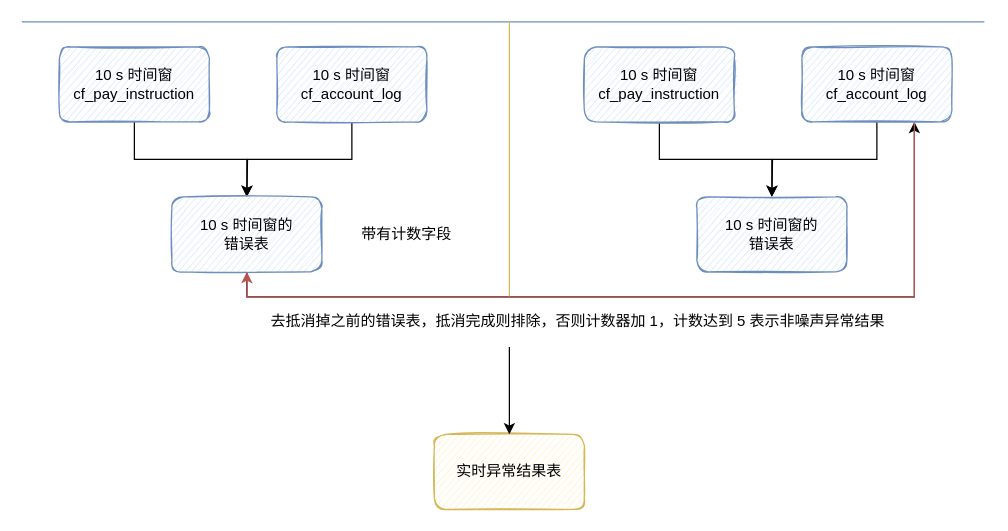
Before: 技术方案.drawio in Lichit-bot/hello-computer, a draw.io diagram. Source tidied: cells renumbered, new cells numbered last; positions are measured from the earlier drawing's top-left corner, leaving out a move shared by most shapes. Both pictures are drawn from the tidied source at 125%, with x=0, y=0 at pixel (21, 21).
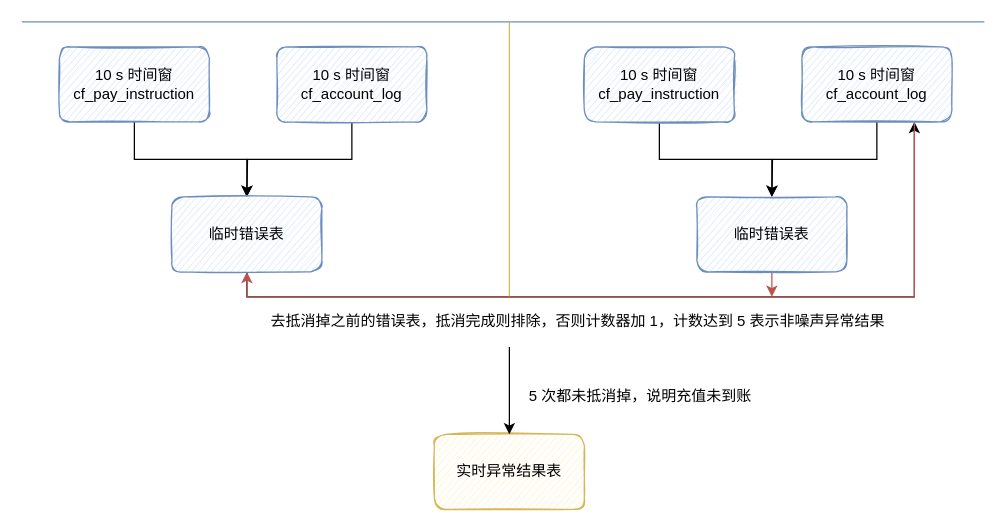
After the change.

Commit message:
更新技术方案.drawio

Change to the diagram source:
```diff
@@
-    <mxCell id="7" value="10 s 时间窗的&lt;br&gt;错误表" style="rounded=1;whiteSpace=wrap;html=1;sketch=1;fillColor=#dae8fc;strokeColor=#6c8ebf;" parent="1" vertex="1">
+    <mxCell id="7" value="临时错误表" style="rounded=1;whiteSpace=wrap;html=1;sketch=1;fillColor=#dae8fc;strokeColor=#6c8ebf;" parent="1" vertex="1">
       <mxGeometry x="120" y="140" width="120" height="60" as="geometry" />
     </mxCell>
-    <mxCell id="8" value="带有计数字段" style="text;html=1;strokeColor=none;fillColor=none;align=center;verticalAlign=middle;whiteSpace=wrap;rounded=0;sketch=1;" parent="1" vertex="1">
-      <mxGeometry x="250" y="160" width="116" height="20" as="geometry" />
-    </mxCell>
@@
+    <mxCell id="20" style="edgeStyle=orthogonalEdgeStyle;rounded=0;jettySize=auto;html=1;exitX=0.5;exitY=1;exitDx=0;exitDy=0;fillColor=#f8cecc;strokeColor=#b85450;" parent="1" edge="1" source="16">
+      <mxGeometry relative="1" as="geometry">
+        <mxPoint x="600" y="220" as="targetPoint" />
+      </mxGeometry>
+    </mxCell>
-    <mxCell id="16" value="10 s 时间窗的&lt;br&gt;错误表" style="rounded=1;whiteSpace=wrap;html=1;sketch=1;fillColor=#dae8fc;strokeColor=#6c8ebf;" parent="1" vertex="1">
+    <mxCell id="16" value="临时错误表" style="rounded=1;whiteSpace=wrap;html=1;sketch=1;fillColor=#dae8fc;strokeColor=#6c8ebf;" parent="1" vertex="1">
       <mxGeometry x="540" y="140" width="120" height="60" as="geometry" />
     </mxCell>
@@
+    <mxCell id="21" value="5 次都未抵消掉，说明充值未到账" style="text;html=1;strokeColor=none;fillColor=none;align=center;verticalAlign=middle;whiteSpace=wrap;rounded=0;sketch=1;" parent="1" vertex="1">
+      <mxGeometry x="390" y="290" width="210" height="20" as="geometry" />
+    </mxCell>
```
